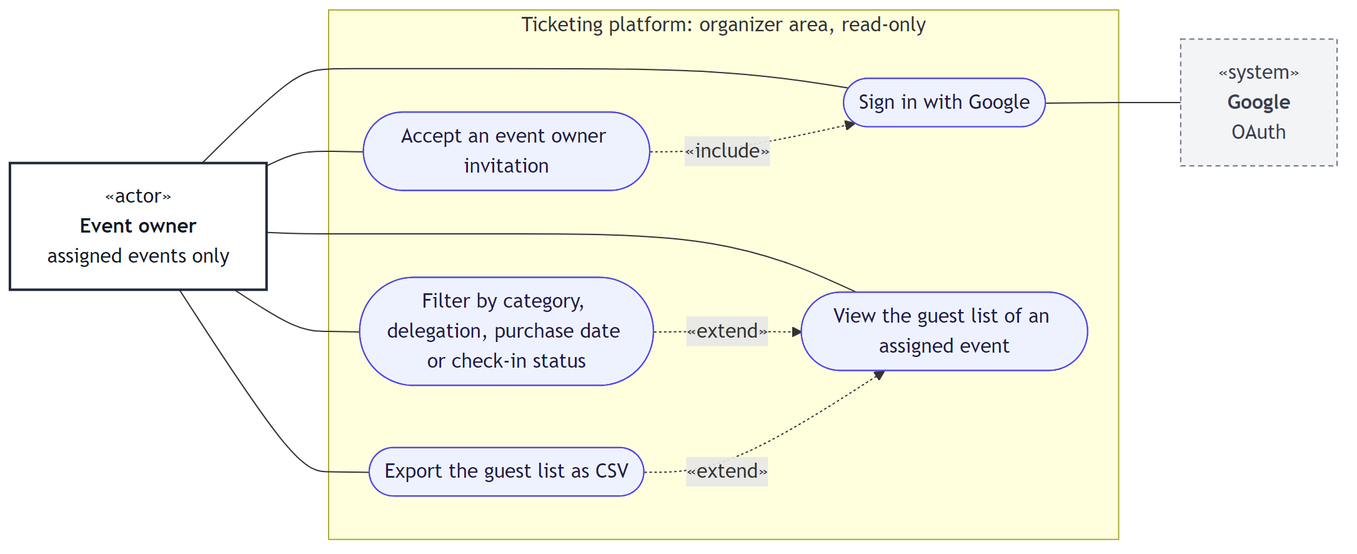
kreativesahara/ticket keeps this Mermaid diagram as doc/diagrams/use-cases/03-event-owner.png. Above is the earlier version. Its source is kept beside it as doc/diagrams/use-cases/03-event-owner.mmd.
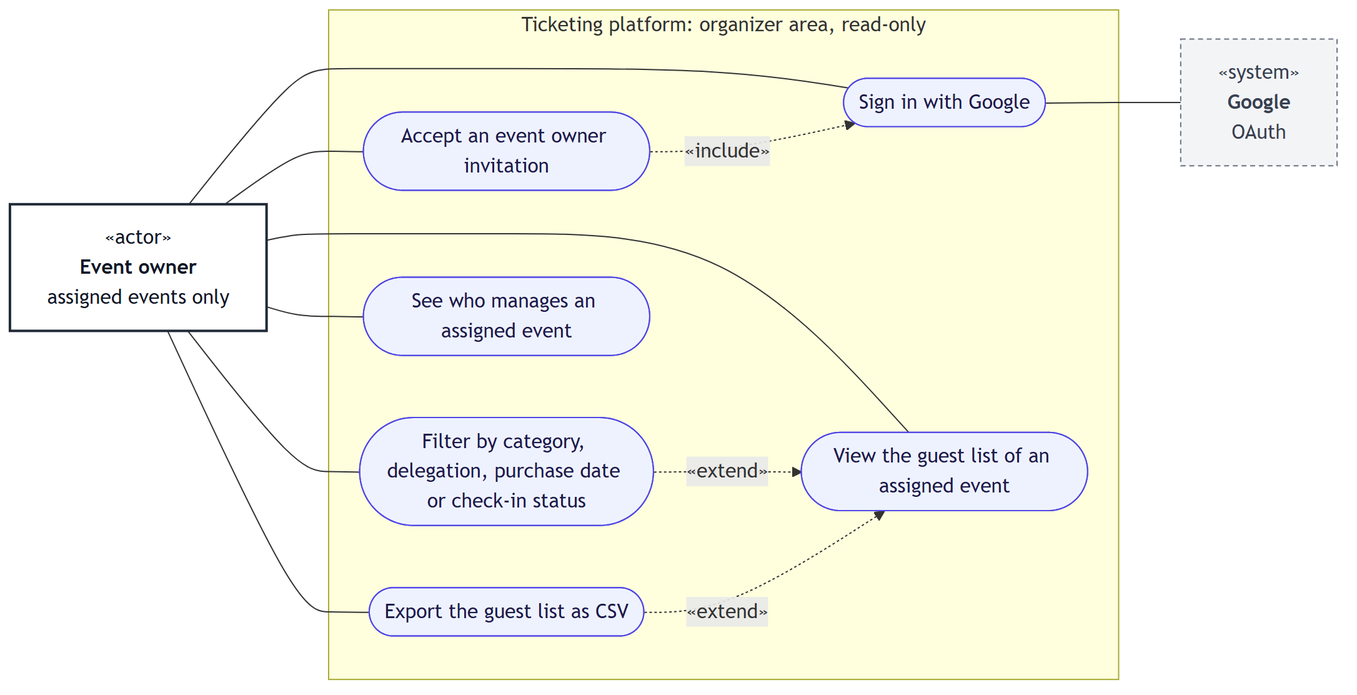
The same diagram one commit later.

The edit, as a diff of the source:
```diff
@@ -11,6 +11,7 @@
         O3(["View the guest list of an assigned event"]):::usecase
         O4(["Filter by category, delegation, purchase date or check-in status"]):::usecase
         O5(["Export the guest list as CSV"]):::usecase
+        O6(["See who manages an assigned event"]):::usecase
     end
 
     Google["«system»<br/><b>Google</b><br/>OAuth"]:::external
@@ -20,6 +21,7 @@
     Owner --- O3
     Owner --- O4
     Owner --- O5
+    Owner --- O6
 
     O2 -.->|"«include»"| O1
     O4 -.->|"«extend»"| O3
```
